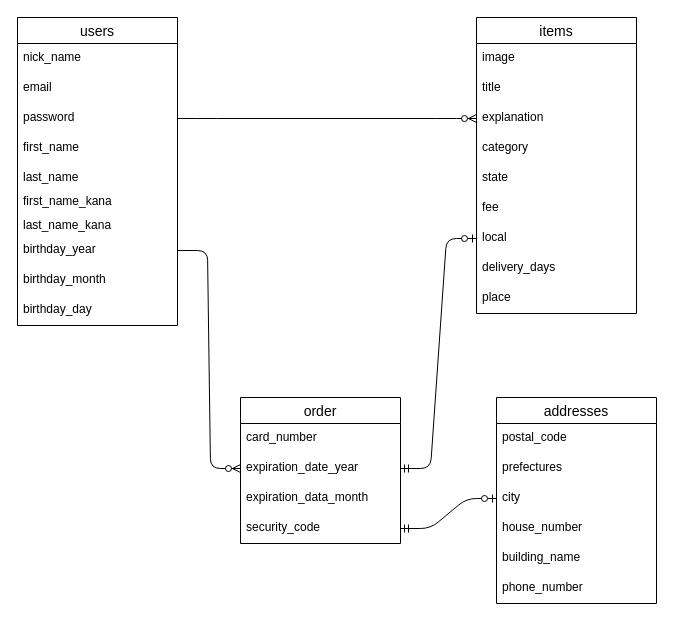
yoshihiro-imai/furima-32291 keeps this draw.io diagram as app/views/model.dio. Above is the earlier version. Source tidied: cells renumbered, new cells numbered last; positions are measured from the earlier drawing's top-left corner, leaving out a move shared by most shapes. Both pictures are drawn from the tidied source at 100%, with x=0, y=0 at pixel (17, 17).
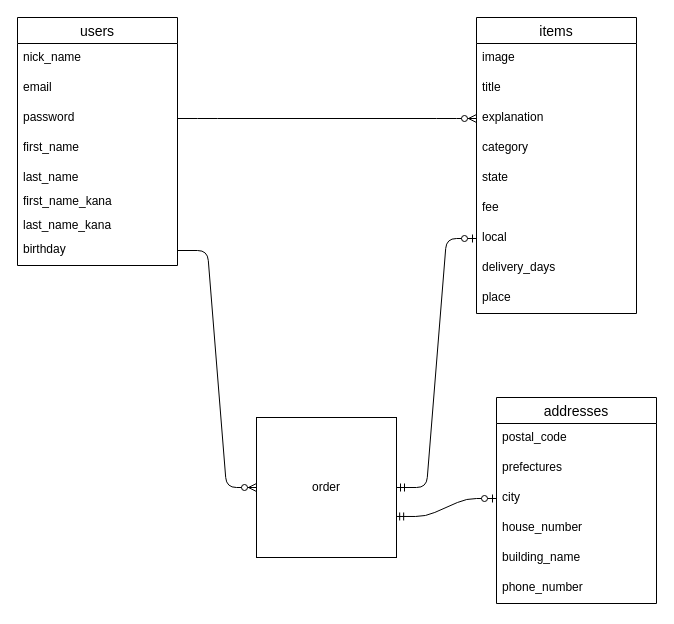
Above is the later version.

Commit message (it also covers changes not shown here):
READMEとER図の修正

The change refers to these unchanged cells:
```xml
<mxCell id="20" value="local" style="text;strokeColor=none;fillColor=none;spacingLeft=4;spacingRight=4;overflow=hidden;points=[[0,0.5],[1,0.5]];portConstraint=eastwest;fontSize=12;" parent="13" vertex="1">
  <mxGeometry y="206" width="160" height="30" as="geometry" />
</mxCell>
<mxCell id="34" value="city" style="text;strokeColor=none;fillColor=none;spacingLeft=4;spacingRight=4;overflow=hidden;points=[[0,0.5],[1,0.5]];portConstraint=eastwest;fontSize=12;" parent="31" vertex="1">
  <mxGeometry y="86" width="160" height="30" as="geometry" />
</mxCell>
```

The edit, as a diff of the source:
```diff
@@
     <mxCell id="2" value="users" style="swimlane;fontStyle=0;horizontal=1;startSize=26;align=center;fontSize=14;labelPosition=center;verticalLabelPosition=middle;verticalAlign=middle;" parent="1" vertex="1">
-      <mxGeometry width="160" height="308" as="geometry" />
+      <mxGeometry width="160" height="248" as="geometry" />
     </mxCell>
@@
-    <mxCell id="10" value="birthday_year" style="text;strokeColor=none;fillColor=none;spacingLeft=4;spacingRight=4;overflow=hidden;points=[[0,0.5],[1,0.5]];portConstraint=eastwest;fontSize=12;" parent="2" vertex="1">
+    <mxCell id="10" value="birthday" style="text;strokeColor=none;fillColor=none;spacingLeft=4;spacingRight=4;overflow=hidden;points=[[0,0.5],[1,0.5]];portConstraint=eastwest;fontSize=12;" parent="2" vertex="1">
       <mxGeometry y="218" width="160" height="30" as="geometry" />
     </mxCell>
-    <mxCell id="11" value="birthday_month" style="text;strokeColor=none;fillColor=none;spacingLeft=4;spacingRight=4;overflow=hidden;fontSize=12;" parent="2" vertex="1">
-      <mxGeometry y="248" width="160" height="30" as="geometry" />
-    </mxCell>
-    <mxCell id="12" value="birthday_day" style="text;strokeColor=none;fillColor=none;spacingLeft=4;spacingRight=4;overflow=hidden;fontSize=12;" parent="2" vertex="1">
-      <mxGeometry y="278" width="160" height="30" as="geometry" />
-    </mxCell>
@@
-    <mxCell id="24" value="order" style="swimlane;fontStyle=0;horizontal=1;startSize=26;align=center;fontSize=14;" parent="1" vertex="1">
-      <mxGeometry x="223" y="380" width="160" height="146" as="geometry" />
-    </mxCell>
-    <mxCell id="25" value="card_number" style="text;strokeColor=none;fillColor=none;spacingLeft=4;spacingRight=4;overflow=hidden;fontSize=12;" parent="24" vertex="1">
-      <mxGeometry y="26" width="160" height="30" as="geometry" />
-    </mxCell>
-    <mxCell id="26" value="expiration_date_year" style="text;strokeColor=none;fillColor=none;spacingLeft=4;spacingRight=4;overflow=hidden;points=[[0,0.5],[1,0.5]];portConstraint=eastwest;fontSize=12;" parent="24" vertex="1">
-      <mxGeometry y="56" width="160" height="30" as="geometry" />
-    </mxCell>
-    <mxCell id="27" value="expiration_data_month" style="text;strokeColor=none;fillColor=none;spacingLeft=4;spacingRight=4;overflow=hidden;fontSize=12;" parent="24" vertex="1">
-      <mxGeometry y="86" width="160" height="30" as="geometry" />
-    </mxCell>
-    <mxCell id="28" value="security_code" style="text;strokeColor=none;fillColor=none;spacingLeft=4;spacingRight=4;overflow=hidden;points=[[0,0.5],[1,0.5]];portConstraint=eastwest;fontSize=12;" parent="24" vertex="1">
-      <mxGeometry y="116" width="160" height="30" as="geometry" />
-    </mxCell>
-    <mxCell id="29" style="edgeStyle=entityRelationEdgeStyle;fontSize=12;html=1;endArrow=ERzeroToMany;endFill=1;exitX=1;exitY=0.5;exitDx=0;exitDy=0;entryX=0;entryY=0.5;entryDx=0;entryDy=0;" parent="1" edge="1" source="10" target="26">
+    <mxCell id="29" style="edgeStyle=entityRelationEdgeStyle;fontSize=12;html=1;endArrow=ERzeroToMany;endFill=1;exitX=1;exitY=0.5;exitDx=0;exitDy=0;" parent="1" edge="1" source="10" target="24">
       <mxGeometry relative="1" as="geometry" />
     </mxCell>
-    <mxCell id="30" style="edgeStyle=entityRelationEdgeStyle;fontSize=12;html=1;endArrow=ERzeroToOne;startArrow=ERmandOne;entryX=0;entryY=0.5;entryDx=0;entryDy=0;exitX=1;exitY=0.5;exitDx=0;exitDy=0;" parent="1" edge="1" source="26" target="20">
+    <mxCell id="30" style="edgeStyle=entityRelationEdgeStyle;fontSize=12;html=1;endArrow=ERzeroToOne;startArrow=ERmandOne;entryX=0;entryY=0.5;entryDx=0;entryDy=0;exitX=1;exitY=0.5;exitDx=0;exitDy=0;" parent="1" edge="1" source="24" target="20">
       <mxGeometry relative="1" as="geometry" />
     </mxCell>
@@
-    <mxCell id="38" style="edgeStyle=entityRelationEdgeStyle;fontSize=12;html=1;endArrow=ERzeroToOne;startArrow=ERmandOne;exitX=1;exitY=0.5;exitDx=0;exitDy=0;entryX=0;entryY=0.5;entryDx=0;entryDy=0;" parent="1" edge="1" source="28" target="34">
+    <mxCell id="38" style="edgeStyle=entityRelationEdgeStyle;fontSize=12;html=1;endArrow=ERzeroToOne;startArrow=ERmandOne;exitX=0.994;exitY=0.707;exitDx=0;exitDy=0;entryX=0;entryY=0.5;entryDx=0;entryDy=0;exitPerimeter=0;" parent="1" edge="1" source="24" target="34">
       <mxGeometry relative="1" as="geometry" />
     </mxCell>
+    <mxCell id="24" value="order" style="whiteSpace=wrap;html=1;" parent="1" vertex="1">
+      <mxGeometry x="239" y="400" width="140" height="140" as="geometry" />
+    </mxCell>
```
